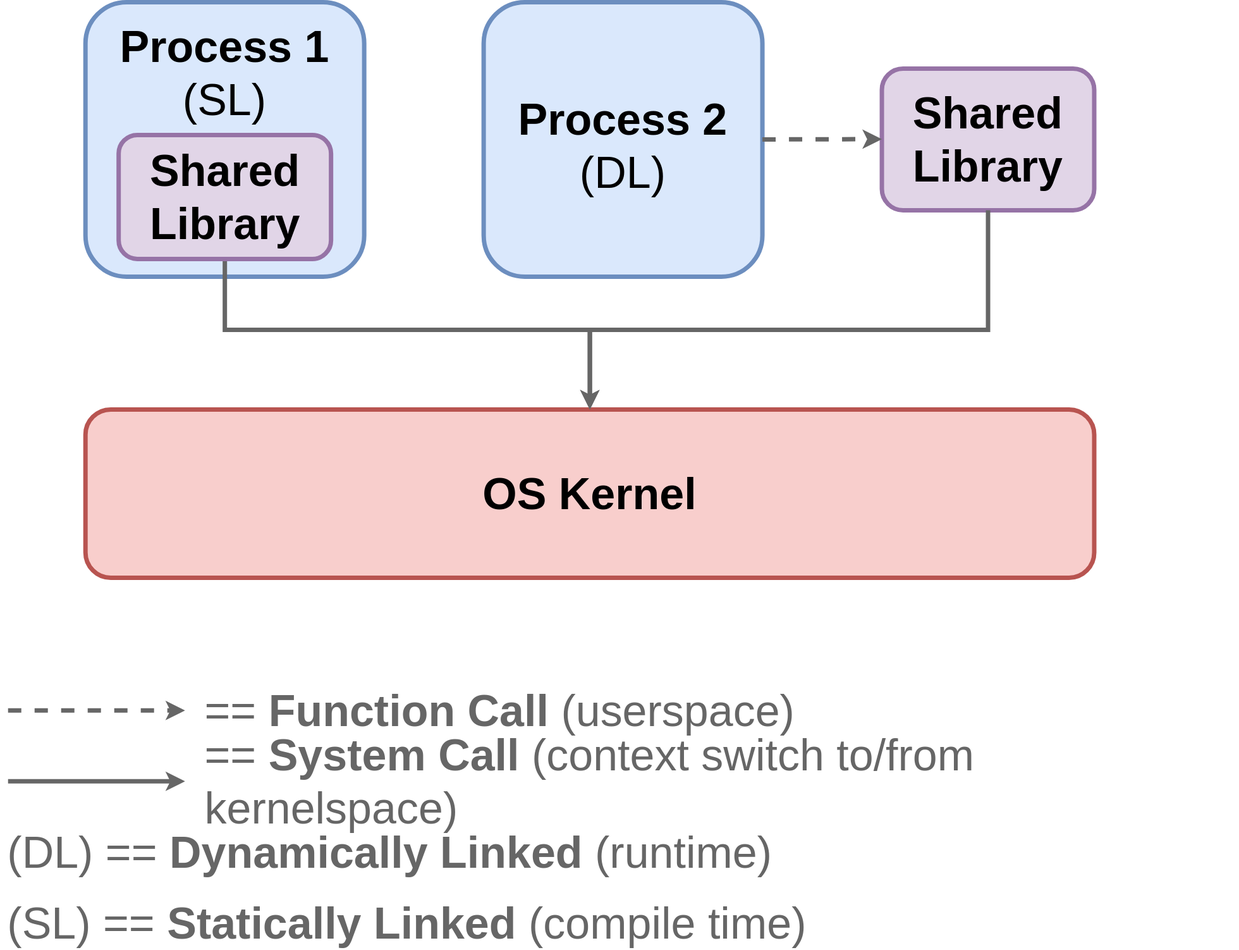
Earlier version of the draw.io export docs/chp2/link_static.svg (tnballo/high-assurance-rust). Source tidied: cells renumbered, new cells last; positions are measured from the earlier drawing's top-left corner, leaving out a move shared by most shapes. Source of this version:
```xml
<mxGraphModel>
  <root>
    <mxCell id="0" />
    <mxCell id="1" parent="0" />
    <mxCell id="2" value="&lt;div&gt;&lt;b&gt;&lt;font style=&quot;font-size: 50px;&quot;&gt;Shared Library&lt;br&gt;&lt;/font&gt;&lt;/b&gt;&lt;/div&gt;" style="rounded=1;whiteSpace=wrap;html=1;strokeWidth=5;fillColor=#e1d5e7;strokeColor=#9673a6;" parent="1" vertex="1">
      <mxGeometry x="990" y="75" width="240" height="160" as="geometry" />
    </mxCell>
    <mxCell id="3" value="&lt;br&gt;&lt;div&gt;&lt;b&gt;&lt;font style=&quot;font-size: 50px;&quot;&gt;Process 1&lt;/font&gt;&lt;/b&gt;&lt;/div&gt;&lt;div&gt;&lt;font style=&quot;font-size: 50px;&quot;&gt;(SL)&lt;/font&gt;&lt;b&gt;&lt;font style=&quot;font-size: 50px;&quot;&gt;&lt;br&gt;&lt;/font&gt;&lt;/b&gt;&lt;/div&gt;" style="rounded=1;whiteSpace=wrap;html=1;strokeWidth=5;fillColor=#dae8fc;strokeColor=#6c8ebf;verticalAlign=top;" parent="1" vertex="1">
      <mxGeometry x="90" width="315" height="310" as="geometry" />
    </mxCell>
    <mxCell id="4" value="&lt;br&gt;&lt;div&gt;&lt;b&gt;&lt;font style=&quot;font-size: 50px;&quot;&gt;Process 2&lt;/font&gt;&lt;/b&gt;&lt;/div&gt;&lt;div&gt;&lt;font style=&quot;font-size: 50px;&quot;&gt;(DL)&lt;/font&gt;&lt;b&gt;&lt;font style=&quot;font-size: 50px;&quot;&gt;&lt;br&gt;&lt;/font&gt;&lt;/b&gt;&lt;/div&gt;" style="rounded=1;whiteSpace=wrap;html=1;strokeWidth=5;fillColor=#dae8fc;strokeColor=#6c8ebf;" parent="1" vertex="1">
      <mxGeometry x="540" width="315" height="310" as="geometry" />
    </mxCell>
    <mxCell id="5" style="edgeStyle=elbowEdgeStyle;elbow=vertical;endArrow=classic;html=1;rounded=0;strokeColor=#666666;strokeWidth=5;exitX=1;exitY=0.5;exitDx=0;exitDy=0;entryX=0;entryY=0.5;entryDx=0;entryDy=0;dashed=1;" parent="1" edge="1" source="4" target="2">
      <mxGeometry relative="1" as="geometry" />
    </mxCell>
    <mxCell id="6" value="&lt;b&gt;&lt;font style=&quot;font-size: 50px;&quot;&gt;OS Kernel&lt;/font&gt;&lt;/b&gt;" style="rounded=1;whiteSpace=wrap;html=1;fillColor=#f8cecc;strokeColor=#b85450;strokeWidth=5;" parent="1" vertex="1">
      <mxGeometry x="90" y="460" width="1140" height="190" as="geometry" />
    </mxCell>
    <mxCell id="7" style="edgeStyle=elbowEdgeStyle;elbow=vertical;endArrow=classic;html=1;rounded=0;fontSize=50;strokeColor=#666666;strokeWidth=5;exitX=0.5;exitY=1;exitDx=0;exitDy=0;entryX=0.5;entryY=0;entryDx=0;entryDy=0;" parent="1" edge="1" source="2" target="6">
      <mxGeometry relative="1" as="geometry">
        <Array as="points">
          <mxPoint x="900" y="370" />
        </Array>
      </mxGeometry>
    </mxCell>
    <mxCell id="8" style="endArrow=classic;html=1;rounded=0;fontSize=50;strokeColor=#666666;strokeWidth=5;dashed=1;" parent="1" edge="1">
      <mxGeometry relative="1" as="geometry">
        <mxPoint x="2.5" y="800" as="sourcePoint" />
        <mxPoint x="202.5" y="800" as="targetPoint" />
      </mxGeometry>
    </mxCell>
    <mxCell id="9" style="endArrow=classic;html=1;rounded=0;fontSize=50;strokeColor=#666666;strokeWidth=5;" parent="1" edge="1">
      <mxGeometry relative="1" as="geometry">
        <mxPoint x="2.5" y="880" as="sourcePoint" />
        <mxPoint x="202.5" y="880" as="targetPoint" />
      </mxGeometry>
    </mxCell>
    <mxCell id="10" value="&lt;div align=&quot;left&quot;&gt;&lt;font color=&quot;#666666&quot;&gt;== &lt;b&gt;Function Call&lt;/b&gt; (userspace)&lt;br&gt;&lt;/font&gt;&lt;/div&gt;" style="text;html=1;strokeColor=none;fillColor=none;align=left;verticalAlign=middle;whiteSpace=wrap;rounded=0;fontSize=50;" parent="1" vertex="1">
      <mxGeometry x="222.5" y="770" width="1050" height="60" as="geometry" />
    </mxCell>
    <mxCell id="11" value="&lt;div align=&quot;left&quot;&gt;&lt;font color=&quot;#666666&quot;&gt;== &lt;b&gt;System Call&lt;/b&gt; (context switch to/from kernelspace)&lt;br&gt;&lt;/font&gt;&lt;/div&gt;" style="text;html=1;strokeColor=none;fillColor=none;align=left;verticalAlign=middle;whiteSpace=wrap;rounded=0;fontSize=50;" parent="1" vertex="1">
      <mxGeometry x="222.5" y="850" width="1170" height="60" as="geometry" />
    </mxCell>
    <mxCell id="12" value="&lt;div align=&quot;left&quot;&gt;&lt;font color=&quot;#666666&quot;&gt;(DL) == &lt;b&gt;Dynamically Linked &lt;/b&gt;(runtime)&lt;b&gt; &lt;/b&gt;&lt;br&gt;&lt;/font&gt;&lt;/div&gt;" style="text;html=1;strokeColor=none;fillColor=none;align=left;verticalAlign=middle;whiteSpace=wrap;rounded=0;fontSize=50;" parent="1" vertex="1">
      <mxGeometry y="930" width="1170" height="60" as="geometry" />
    </mxCell>
    <mxCell id="13" style="edgeStyle=elbowEdgeStyle;elbow=vertical;endArrow=classic;html=1;rounded=0;fontSize=50;strokeColor=#666666;strokeWidth=5;exitX=0.5;exitY=1;exitDx=0;exitDy=0;entryX=0.5;entryY=0;entryDx=0;entryDy=0;" parent="1" edge="1" source="14" target="6">
      <mxGeometry relative="1" as="geometry">
        <Array as="points">
          <mxPoint x="460" y="370" />
        </Array>
      </mxGeometry>
    </mxCell>
    <mxCell id="14" value="&lt;div&gt;&lt;b&gt;&lt;font style=&quot;font-size: 50px;&quot;&gt;Shared Library&lt;br&gt;&lt;/font&gt;&lt;/b&gt;&lt;/div&gt;" style="rounded=1;whiteSpace=wrap;html=1;strokeWidth=5;fillColor=#e1d5e7;strokeColor=#9673a6;" parent="1" vertex="1">
      <mxGeometry x="127.5" y="150" width="240" height="140" as="geometry" />
    </mxCell>
    <mxCell id="15" value="&lt;div align=&quot;left&quot;&gt;&lt;font color=&quot;#666666&quot;&gt;(SL) == &lt;b&gt;Statically Linked &lt;/b&gt;(compile time)&lt;b&gt; &lt;/b&gt;&lt;br&gt;&lt;/font&gt;&lt;/div&gt;" style="text;html=1;strokeColor=none;fillColor=none;align=left;verticalAlign=middle;whiteSpace=wrap;rounded=0;fontSize=50;" parent="1" vertex="1">
      <mxGeometry y="1010" width="1170" height="60" as="geometry" />
    </mxCell>
  </root>
</mxGraphModel>
```
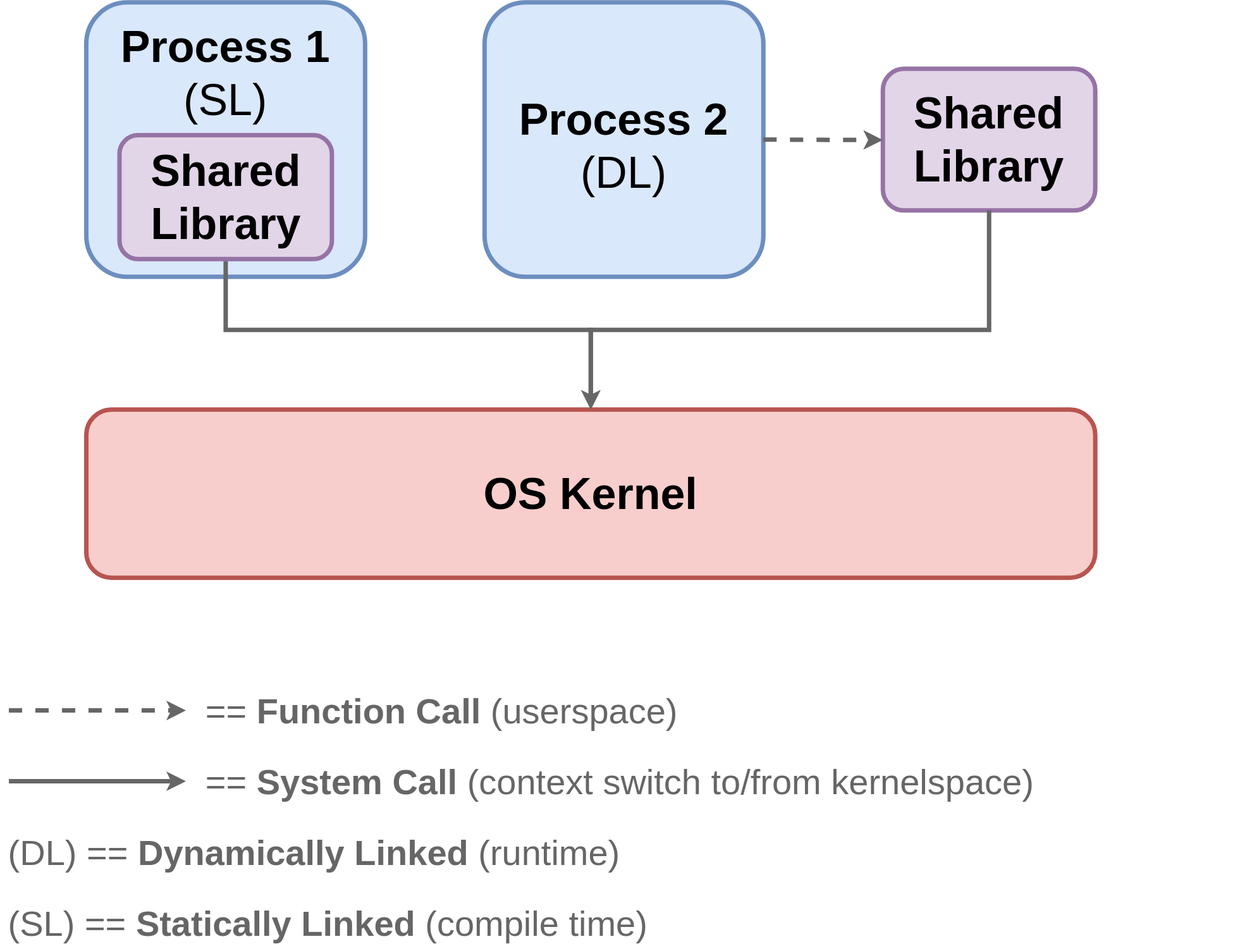
The same diagram one commit later.

Diff of the diagram source:
```diff
@@ -36,13 +36,13 @@
         <mxPoint x="202.5" y="880" as="targetPoint" />
       </mxGeometry>
     </mxCell>
-    <mxCell id="10" value="&lt;div align=&quot;left&quot;&gt;&lt;font color=&quot;#666666&quot;&gt;== &lt;b&gt;Function Call&lt;/b&gt; (userspace)&lt;br&gt;&lt;/font&gt;&lt;/div&gt;" style="text;html=1;strokeColor=none;fillColor=none;align=left;verticalAlign=middle;whiteSpace=wrap;rounded=0;fontSize=50;" parent="1" vertex="1">
+    <mxCell id="10" value="&lt;div style=&quot;font-size: 40px;&quot; align=&quot;left&quot;&gt;&lt;font style=&quot;font-size: 40px;&quot; color=&quot;#666666&quot;&gt;== &lt;b&gt;Function Call&lt;/b&gt; (userspace)&lt;br&gt;&lt;/font&gt;&lt;/div&gt;" style="text;html=1;strokeColor=none;fillColor=none;align=left;verticalAlign=middle;whiteSpace=wrap;rounded=0;fontSize=50;" parent="1" vertex="1">
       <mxGeometry x="222.5" y="770" width="1050" height="60" as="geometry" />
     </mxCell>
-    <mxCell id="11" value="&lt;div align=&quot;left&quot;&gt;&lt;font color=&quot;#666666&quot;&gt;== &lt;b&gt;System Call&lt;/b&gt; (context switch to/from kernelspace)&lt;br&gt;&lt;/font&gt;&lt;/div&gt;" style="text;html=1;strokeColor=none;fillColor=none;align=left;verticalAlign=middle;whiteSpace=wrap;rounded=0;fontSize=50;" parent="1" vertex="1">
+    <mxCell id="11" value="&lt;div style=&quot;font-size: 40px;&quot; align=&quot;left&quot;&gt;&lt;font style=&quot;font-size: 40px;&quot; color=&quot;#666666&quot;&gt;== &lt;b&gt;System Call&lt;/b&gt; (context switch to/from kernelspace)&lt;br&gt;&lt;/font&gt;&lt;/div&gt;" style="text;html=1;strokeColor=none;fillColor=none;align=left;verticalAlign=middle;whiteSpace=wrap;rounded=0;fontSize=50;" parent="1" vertex="1">
       <mxGeometry x="222.5" y="850" width="1170" height="60" as="geometry" />
     </mxCell>
-    <mxCell id="12" value="&lt;div align=&quot;left&quot;&gt;&lt;font color=&quot;#666666&quot;&gt;(DL) == &lt;b&gt;Dynamically Linked &lt;/b&gt;(runtime)&lt;b&gt; &lt;/b&gt;&lt;br&gt;&lt;/font&gt;&lt;/div&gt;" style="text;html=1;strokeColor=none;fillColor=none;align=left;verticalAlign=middle;whiteSpace=wrap;rounded=0;fontSize=50;" parent="1" vertex="1">
+    <mxCell id="12" value="&lt;div style=&quot;font-size: 40px;&quot; align=&quot;left&quot;&gt;&lt;font style=&quot;font-size: 40px;&quot; color=&quot;#666666&quot;&gt;(DL) == &lt;b&gt;Dynamically Linked &lt;/b&gt;(runtime)&lt;b&gt; &lt;/b&gt;&lt;br&gt;&lt;/font&gt;&lt;/div&gt;" style="text;html=1;strokeColor=none;fillColor=none;align=left;verticalAlign=middle;whiteSpace=wrap;rounded=0;fontSize=50;" parent="1" vertex="1">
       <mxGeometry y="930" width="1170" height="60" as="geometry" />
     </mxCell>
     <mxCell id="13" style="edgeStyle=elbowEdgeStyle;elbow=vertical;endArrow=classic;html=1;rounded=0;fontSize=50;strokeColor=#666666;strokeWidth=5;exitX=0.5;exitY=1;exitDx=0;exitDy=0;entryX=0.5;entryY=0;entryDx=0;entryDy=0;" parent="1" edge="1" source="14" target="6">
@@ -55,7 +55,7 @@
     <mxCell id="14" value="&lt;div&gt;&lt;b&gt;&lt;font style=&quot;font-size: 50px;&quot;&gt;Shared Library&lt;br&gt;&lt;/font&gt;&lt;/b&gt;&lt;/div&gt;" style="rounded=1;whiteSpace=wrap;html=1;strokeWidth=5;fillColor=#e1d5e7;strokeColor=#9673a6;" parent="1" vertex="1">
       <mxGeometry x="127.5" y="150" width="240" height="140" as="geometry" />
     </mxCell>
-    <mxCell id="15" value="&lt;div align=&quot;left&quot;&gt;&lt;font color=&quot;#666666&quot;&gt;(SL) == &lt;b&gt;Statically Linked &lt;/b&gt;(compile time)&lt;b&gt; &lt;/b&gt;&lt;br&gt;&lt;/font&gt;&lt;/div&gt;" style="text;html=1;strokeColor=none;fillColor=none;align=left;verticalAlign=middle;whiteSpace=wrap;rounded=0;fontSize=50;" parent="1" vertex="1">
+    <mxCell id="15" value="&lt;div style=&quot;font-size: 40px;&quot; align=&quot;left&quot;&gt;&lt;font style=&quot;font-size: 40px;&quot; color=&quot;#666666&quot;&gt;(SL) == &lt;b&gt;Statically Linked &lt;/b&gt;(compile time)&lt;b&gt; &lt;/b&gt;&lt;br&gt;&lt;/font&gt;&lt;/div&gt;" style="text;html=1;strokeColor=none;fillColor=none;align=left;verticalAlign=middle;whiteSpace=wrap;rounded=0;fontSize=50;" parent="1" vertex="1">
       <mxGeometry y="1010" width="1170" height="60" as="geometry" />
     </mxCell>
   </root>
```
